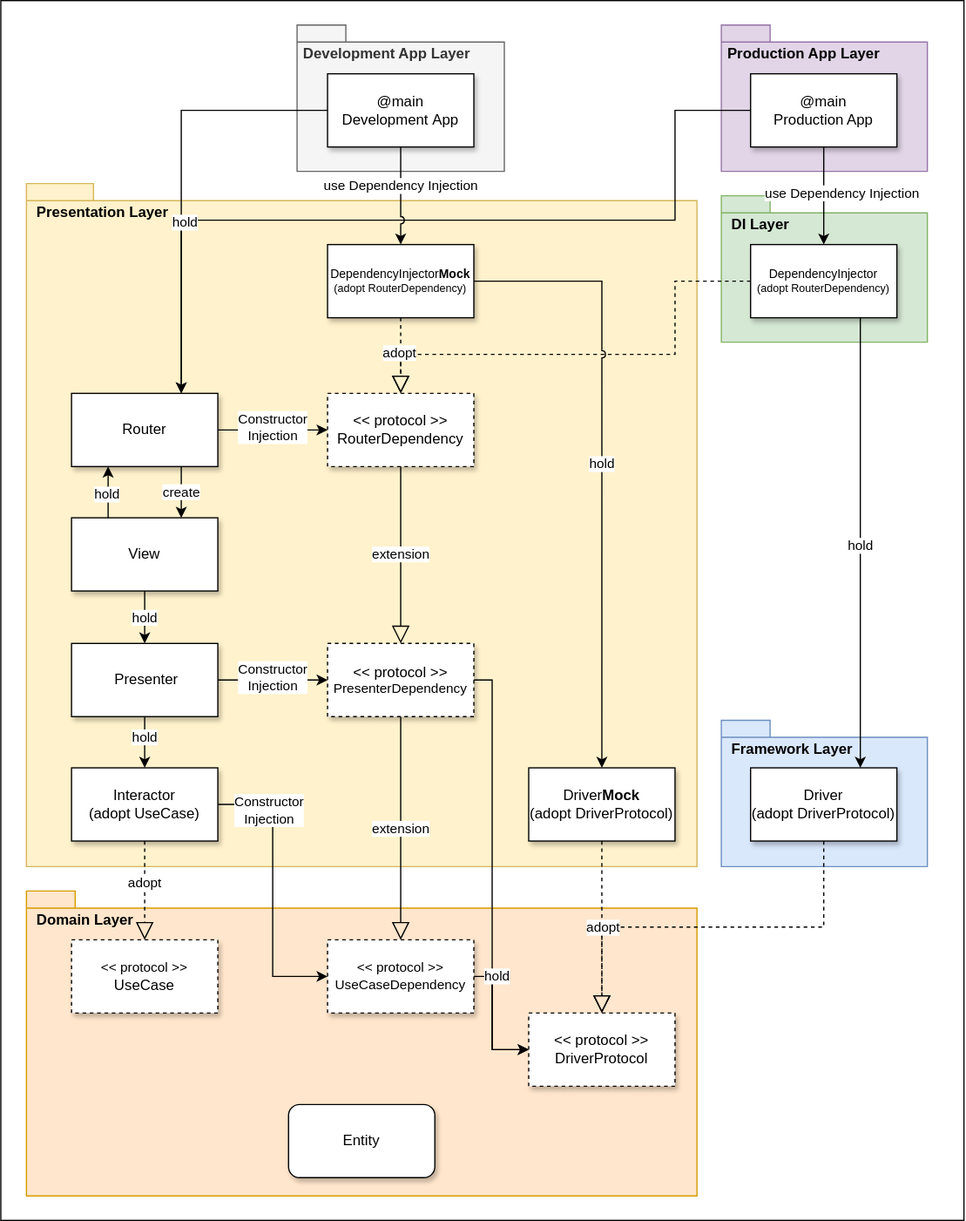
The draw.io diagram asset/drawio/architecture.drawio.svg in suguruTakahashi-1234/fia-practical-sample, before a commit. Source tidied: cells renumbered, new cells last; positions are measured from the earlier drawing's top-left corner, leaving out a move shared by most shapes.
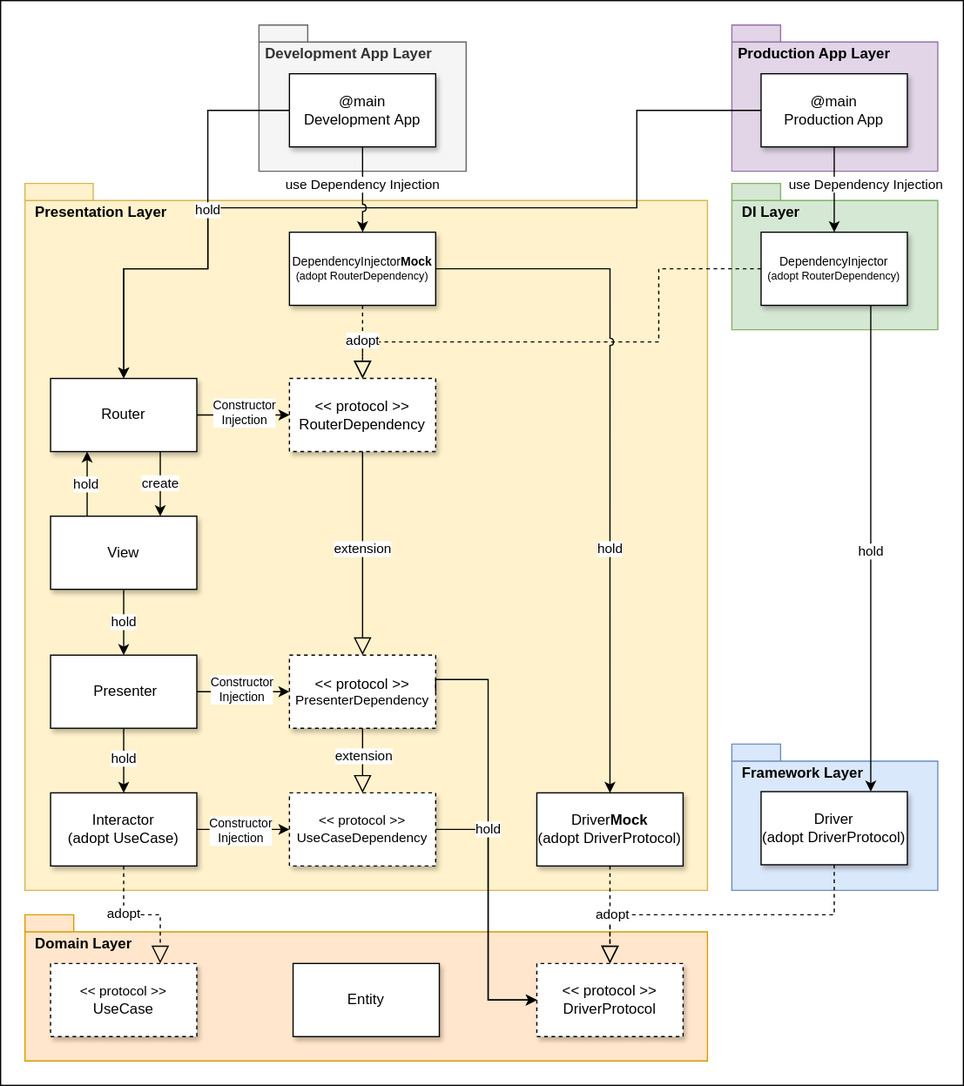
After the commit.

Commit message:
【アーキテクチャ】UMLを実装する #123

The edit, as a diff of the source:
```diff
@@ -4,18 +4,18 @@
     <mxCell id="1" parent="0" />
-    <mxCell id="2" style="rounded=0;whiteSpace=wrap;html=1;" parent="1" vertex="1">
-      <mxGeometry width="790" height="1000" as="geometry" />
+    <mxCell id="2" style="rounded=0;whiteSpace=wrap;html=1;flipH=1;" parent="1" vertex="1">
+      <mxGeometry x="31" width="790" height="890" as="geometry" />
     </mxCell>
     <mxCell id="3" value="&amp;nbsp; DI Layer" style="shape=folder;fontStyle=1;spacingTop=10;tabWidth=40;tabHeight=14;tabPosition=left;html=1;whiteSpace=wrap;align=left;horizontal=1;verticalAlign=top;fillColor=#d5e8d4;strokeColor=#82b366;" parent="1" vertex="1">
-      <mxGeometry x="591" y="160" width="169" height="120" as="geometry" />
+      <mxGeometry x="631" y="150" width="169" height="120" as="geometry" />
     </mxCell>
     <mxCell id="4" value="&lt;span style=&quot;text-align: center;&quot;&gt;&amp;nbsp; Framework &lt;/span&gt;&lt;span style=&quot;text-align: center;&quot;&gt;Layer&lt;/span&gt;" style="shape=folder;fontStyle=1;spacingTop=10;tabWidth=40;tabHeight=14;tabPosition=left;html=1;whiteSpace=wrap;align=left;horizontal=1;verticalAlign=top;fillColor=#dae8fc;strokeColor=#6c8ebf;" parent="1" vertex="1">
-      <mxGeometry x="591" y="590" width="169" height="120" as="geometry" />
+      <mxGeometry x="631" y="610" width="169" height="120" as="geometry" />
     </mxCell>
     <mxCell id="5" value="&amp;nbsp; Domain Layer" style="shape=folder;fontStyle=1;spacingTop=10;tabWidth=40;tabHeight=14;tabPosition=left;html=1;whiteSpace=wrap;align=left;horizontal=1;verticalAlign=top;fillColor=#ffe6cc;strokeColor=#d79b00;" parent="1" vertex="1">
-      <mxGeometry x="21" y="730" width="550" height="250" as="geometry" />
+      <mxGeometry x="51" y="750" width="560" height="120" as="geometry" />
     </mxCell>
     <mxCell id="6" value="&amp;nbsp; Presentation Layer" style="shape=folder;fontStyle=1;spacingTop=10;tabWidth=40;tabHeight=14;tabPosition=left;html=1;whiteSpace=wrap;align=left;horizontal=1;verticalAlign=top;fillColor=#fff2cc;strokeColor=#d6b656;" parent="1" vertex="1">
-      <mxGeometry x="21" y="150" width="550" height="560" as="geometry" />
+      <mxGeometry x="51" y="150" width="560" height="580" as="geometry" />
     </mxCell>
-    <mxCell id="7" style="endArrow=block;dashed=1;endFill=0;endSize=12;html=1;rounded=0;exitX=0.5;exitY=1;exitDx=0;exitDy=0;" parent="1" edge="1" source="20" target="30">
+    <mxCell id="7" style="endArrow=block;dashed=1;endFill=0;endSize=12;html=1;rounded=0;exitX=0.5;exitY=1;exitDx=0;exitDy=0;entryX=0.75;entryY=0;entryDx=0;entryDy=0;edgeStyle=orthogonalEdgeStyle;" parent="1" edge="1" source="20" target="30">
       <mxGeometry relative="1" as="geometry" />
@@ -24,3 +24,3 @@
       <mxGeometry x="-0.36" y="1" relative="1" as="geometry">
-        <mxPoint x="-1" y="8" as="offset" />
+        <mxPoint x="-1" y="4" as="offset" />
       </mxGeometry>
@@ -30,34 +30,27 @@
     </mxCell>
-    <mxCell id="10" value="&lt;div&gt;Constructor&lt;br&gt;&lt;/div&gt;Injection" style="edgeLabel;html=1;align=center;verticalAlign=middle;" parent="9" vertex="1">
+    <mxCell id="10" value="&lt;div style=&quot;font-size: 10px;&quot;&gt;Constructor&lt;br style=&quot;font-size: 10px;&quot;&gt;&lt;/div&gt;Injection" style="edgeLabel;html=1;align=center;verticalAlign=middle;fontSize=10;" parent="9" vertex="1">
       <mxGeometry y="2" relative="1" as="geometry">
-        <mxPoint x="-5" y="-66" as="offset" />
+        <mxPoint x="-3" y="3" as="offset" />
       </mxGeometry>
     </mxCell>
-    <mxCell id="11" value="extension" style="endArrow=block;endSize=12;endFill=0;html=1;rounded=0;entryX=0.5;entryY=0;entryDx=0;entryDy=0;exitX=0.5;exitY=1;exitDx=0;exitDy=0;" parent="1" edge="1" source="23" target="32">
-      <mxGeometry relative="1" as="geometry" />
+    <mxCell id="11" style="endArrow=block;endSize=12;endFill=0;html=1;rounded=0;entryX=0.5;entryY=0;entryDx=0;entryDy=0;exitX=0.5;exitY=1;exitDx=0;exitDy=0;" parent="1" edge="1" source="23" target="32">
+      <mxGeometry x="0.1" y="-17" relative="1" as="geometry" />
     </mxCell>
+    <mxCell id="59" value="extension" style="edgeLabel;html=1;align=center;verticalAlign=middle;" parent="11" vertex="1">
+      <mxGeometry x="-0.17" y="1" relative="1" as="geometry" />
+    </mxCell>
     <mxCell id="12" value="&lt;font style=&quot;font-size: 10px;&quot;&gt;DependencyInjector&lt;b&gt;Mock&lt;/b&gt;&lt;/font&gt;&lt;div style=&quot;font-size: 9px;&quot;&gt;&lt;font style=&quot;font-size: 9px;&quot;&gt;(adopt&amp;nbsp;&lt;span style=&quot;background-color: initial; font-size: 9px;&quot;&gt;RouterDependency&lt;/span&gt;&lt;span style=&quot;background-color: initial; font-size: 9px;&quot;&gt;)&lt;/span&gt;&lt;/font&gt;&lt;/div&gt;" style="rounded=0;whiteSpace=wrap;html=1;shadow=1;fontSize=9;" parent="1" vertex="1">
-      <mxGeometry x="268" y="200" width="120" height="60" as="geometry" />
+      <mxGeometry x="268" y="190" width="120" height="60" as="geometry" />
     </mxCell>
     <mxCell id="13" value="Router" style="rounded=0;whiteSpace=wrap;html=1;shadow=1;" parent="1" vertex="1">
-      <mxGeometry x="58" y="322" width="120" height="60" as="geometry" />
+      <mxGeometry x="72" y="310" width="120" height="60" as="geometry" />
     </mxCell>
     <mxCell id="14" value="View" style="rounded=0;whiteSpace=wrap;html=1;shadow=1;" parent="1" vertex="1">
-      <mxGeometry x="58" y="424" width="120" height="60" as="geometry" />
+      <mxGeometry x="72" y="423" width="120" height="60" as="geometry" />
     </mxCell>
-    <mxCell id="15" value="create" style="endArrow=classic;html=1;rounded=0;entryX=0.75;entryY=0;entryDx=0;entryDy=0;exitX=0.75;exitY=1;exitDx=0;exitDy=0;edgeStyle=orthogonalEdgeStyle;" parent="1" edge="1" source="13" target="14">
-      <mxGeometry x="-0.01" relative="1" as="geometry">
-        <Array as="points">
-          <mxPoint x="148" y="410" />
-          <mxPoint x="148" y="410" />
-        </Array>
-      </mxGeometry>
+    <mxCell id="15" value="create" style="endArrow=classic;html=1;rounded=0;entryX=0.75;entryY=0;entryDx=0;entryDy=0;exitX=0.75;exitY=1;exitDx=0;exitDy=0;" parent="1" edge="1" source="13" target="14">
+      <mxGeometry x="-0.01" relative="1" as="geometry" />
     </mxCell>
-    <mxCell id="16" style="endArrow=classic;html=1;rounded=0;entryX=0.25;entryY=1;entryDx=0;entryDy=0;exitX=0.25;exitY=0;exitDx=0;exitDy=0;edgeStyle=orthogonalEdgeStyle;horizontal=0;" parent="1" edge="1" source="14" target="13">
-      <mxGeometry relative="1" as="geometry">
-        <Array as="points">
-          <mxPoint x="88" y="400" />
-          <mxPoint x="88" y="400" />
-        </Array>
-      </mxGeometry>
+    <mxCell id="16" style="endArrow=classic;html=1;rounded=0;entryX=0.25;entryY=1;entryDx=0;entryDy=0;exitX=0.25;exitY=0;exitDx=0;exitDy=0;horizontal=0;" parent="1" edge="1" source="14" target="13">
+      <mxGeometry relative="1" as="geometry" />
     </mxCell>
@@ -65,3 +58,3 @@
       <mxGeometry x="-0.01" y="-2" relative="1" as="geometry">
-        <mxPoint x="-3" y="1" as="offset" />
+        <mxPoint x="-3" as="offset" />
       </mxGeometry>
@@ -69,3 +62,3 @@
     <mxCell id="18" value="&amp;nbsp;Presenter" style="rounded=0;whiteSpace=wrap;html=1;shadow=1;" parent="1" vertex="1">
-      <mxGeometry x="58" y="527" width="120" height="60" as="geometry" />
+      <mxGeometry x="72" y="537" width="120" height="60" as="geometry" />
     </mxCell>
@@ -74,4 +67,4 @@
     </mxCell>
-    <mxCell id="20" value="Interactor&lt;div&gt;(adopt UseCase)&lt;br&gt;&lt;/div&gt;" style="rounded=0;whiteSpace=wrap;html=1;shadow=1;" parent="1" vertex="1">
-      <mxGeometry x="58" y="629" width="120" height="60" as="geometry" />
+    <mxCell id="20" value="Interactor&lt;div&gt;(adopt UseCase)&lt;br&gt;&lt;/div&gt;" style="rounded=0;whiteSpace=wrap;html=1;shadow=1;flipH=1;" parent="1" vertex="1">
+      <mxGeometry x="72" y="650" width="120" height="60" as="geometry" />
     </mxCell>
@@ -81,6 +74,8 @@
     <mxCell id="22" value="hold" style="edgeLabel;html=1;align=center;verticalAlign=middle;" parent="21" vertex="1">
-      <mxGeometry x="-0.21" relative="1" as="geometry" />
+      <mxGeometry x="-0.21" relative="1" as="geometry">
+        <mxPoint y="4" as="offset" />
+      </mxGeometry>
     </mxCell>
     <mxCell id="23" value="&lt;div&gt;&lt;div style=&quot;font-size: 12px;&quot;&gt;&amp;lt;&amp;lt; protocol &amp;gt;&amp;gt;&lt;/div&gt;&lt;/div&gt;PresenterDependency" style="rounded=0;whiteSpace=wrap;html=1;dashed=1;shadow=1;fontSize=11;" parent="1" vertex="1">
-      <mxGeometry x="268" y="527" width="120" height="60" as="geometry" />
+      <mxGeometry x="268" y="537" width="120" height="60" as="geometry" />
     </mxCell>
@@ -89,7 +84,9 @@
     </mxCell>
-    <mxCell id="25" value="&lt;div&gt;Constructor&lt;br&gt;&lt;/div&gt;Injection" style="edgeLabel;html=1;align=center;verticalAlign=middle;" parent="24" vertex="1">
-      <mxGeometry y="2" relative="1" as="geometry" />
+    <mxCell id="25" value="&lt;div style=&quot;font-size: 10px;&quot;&gt;Constructor&lt;br style=&quot;font-size: 10px;&quot;&gt;&lt;/div&gt;Injection" style="edgeLabel;html=1;align=center;verticalAlign=middle;fontSize=10;" parent="24" vertex="1">
+      <mxGeometry y="2" relative="1" as="geometry">
+        <mxPoint x="-2" as="offset" />
+      </mxGeometry>
     </mxCell>
     <mxCell id="26" value="&lt;div&gt;&lt;div&gt;&amp;lt;&amp;lt; protocol &amp;gt;&amp;gt;&lt;/div&gt;&lt;/div&gt;RouterDependency" style="rounded=0;whiteSpace=wrap;html=1;dashed=1;shadow=1;" parent="1" vertex="1">
-      <mxGeometry x="268" y="322" width="120" height="60" as="geometry" />
+      <mxGeometry x="268" y="310" width="120" height="60" as="geometry" />
     </mxCell>
@@ -98,3 +95,3 @@
     </mxCell>
-    <mxCell id="28" value="&lt;div&gt;Constructor&lt;br&gt;&lt;/div&gt;Injection" style="edgeLabel;html=1;align=center;verticalAlign=middle;" parent="27" vertex="1">
+    <mxCell id="28" value="&lt;div style=&quot;font-size: 10px;&quot;&gt;Constructor&lt;br style=&quot;font-size: 10px;&quot;&gt;&lt;/div&gt;Injection" style="edgeLabel;html=1;align=center;verticalAlign=middle;fontSize=10;" parent="27" vertex="1">
       <mxGeometry y="2" relative="1" as="geometry" />
@@ -102,21 +99,21 @@
     <mxCell id="29" value="extension" style="endArrow=block;endSize=12;endFill=0;html=1;rounded=0;entryX=0.5;entryY=0;entryDx=0;entryDy=0;" parent="1" edge="1" source="26" target="23">
-      <mxGeometry relative="1" as="geometry" />
+      <mxGeometry x="-0.04" relative="1" as="geometry" />
     </mxCell>
-    <mxCell id="30" value="&lt;div&gt;&lt;span style=&quot;font-size: 11px;&quot;&gt;&amp;lt;&amp;lt; protocol &amp;gt;&amp;gt;&lt;/span&gt;&lt;br&gt;&lt;/div&gt;UseCase" style="rounded=0;whiteSpace=wrap;html=1;dashed=1;shadow=1;" parent="1" vertex="1">
-      <mxGeometry x="58" y="770" width="120" height="60" as="geometry" />
+    <mxCell id="30" value="&lt;div&gt;&lt;span style=&quot;font-size: 11px;&quot;&gt;&amp;lt;&amp;lt; protocol &amp;gt;&amp;gt;&lt;/span&gt;&lt;br&gt;&lt;/div&gt;UseCase" style="rounded=0;whiteSpace=wrap;html=1;dashed=1;shadow=1;flipH=1;" parent="1" vertex="1">
+      <mxGeometry x="72" y="790" width="120" height="60" as="geometry" />
     </mxCell>
-    <mxCell id="31" value="Entity" style="rounded=1;whiteSpace=wrap;html=1;shadow=1;" parent="1" vertex="1">
-      <mxGeometry x="236" y="905" width="120" height="60" as="geometry" />
+    <mxCell id="31" value="Entity" style="rounded=0;whiteSpace=wrap;html=1;shadow=1;flipH=1;" parent="1" vertex="1">
+      <mxGeometry x="271" y="790" width="120" height="60" as="geometry" />
     </mxCell>
-    <mxCell id="32" value="&lt;div style=&quot;font-size: 11px;&quot;&gt;&lt;div style=&quot;font-size: 11px;&quot;&gt;&amp;lt;&amp;lt; protocol &amp;gt;&amp;gt;&lt;/div&gt;&lt;/div&gt;UseCaseDependency" style="rounded=0;whiteSpace=wrap;html=1;dashed=1;shadow=1;fontSize=11;" parent="1" vertex="1">
-      <mxGeometry x="268" y="770" width="120" height="60" as="geometry" />
+    <mxCell id="32" value="&lt;div style=&quot;font-size: 11px;&quot;&gt;&lt;div style=&quot;font-size: 11px;&quot;&gt;&amp;lt;&amp;lt; protocol &amp;gt;&amp;gt;&lt;/div&gt;&lt;/div&gt;UseCaseDependency" style="rounded=0;whiteSpace=wrap;html=1;dashed=1;shadow=1;fontSize=11;flipH=0;" parent="1" vertex="1">
+      <mxGeometry x="268" y="650" width="120" height="60" as="geometry" />
     </mxCell>
-    <mxCell id="33" value="&lt;div&gt;&amp;lt;&amp;lt; protocol &amp;gt;&amp;gt;&lt;br&gt;&lt;/div&gt;DriverProtocol" style="rounded=0;whiteSpace=wrap;html=1;dashed=1;shadow=1;" parent="1" vertex="1">
-      <mxGeometry x="433" y="830" width="120" height="60" as="geometry" />
+    <mxCell id="33" value="&lt;div&gt;&amp;lt;&amp;lt; protocol &amp;gt;&amp;gt;&lt;br&gt;&lt;/div&gt;DriverProtocol" style="rounded=0;whiteSpace=wrap;html=1;dashed=1;shadow=1;flipH=1;" parent="1" vertex="1">
+      <mxGeometry x="471" y="790" width="120" height="60" as="geometry" />
     </mxCell>
-    <mxCell id="34" value="&lt;font style=&quot;font-size: 12px;&quot;&gt;Driver&lt;/font&gt;&lt;div style=&quot;&quot;&gt;&lt;font style=&quot;font-size: 12px;&quot;&gt;(adopt DriverProtocol)&lt;/font&gt;&lt;br&gt;&lt;/div&gt;" style="rounded=0;whiteSpace=wrap;html=1;shadow=1;" parent="1" vertex="1">
-      <mxGeometry x="615" y="629" width="120" height="60" as="geometry" />
+    <mxCell id="34" value="&lt;font style=&quot;font-size: 12px;&quot;&gt;Driver&lt;/font&gt;&lt;div style=&quot;&quot;&gt;&lt;font style=&quot;font-size: 12px;&quot;&gt;(adopt DriverProtocol)&lt;/font&gt;&lt;br&gt;&lt;/div&gt;" style="rounded=0;whiteSpace=wrap;html=1;shadow=1;flipH=0;" parent="1" vertex="1">
+      <mxGeometry x="655" y="649" width="120" height="60" as="geometry" />
     </mxCell>
     <mxCell id="35" value="&lt;font style=&quot;font-size: 10px;&quot;&gt;DependencyInjector&lt;/font&gt;&lt;div style=&quot;font-size: 9px;&quot;&gt;&lt;font style=&quot;font-size: 9px;&quot;&gt;(adopt&amp;nbsp;&lt;span style=&quot;background-color: initial; font-size: 9px;&quot;&gt;RouterDependency&lt;/span&gt;&lt;span style=&quot;background-color: initial; font-size: 9px;&quot;&gt;)&lt;/span&gt;&lt;/font&gt;&lt;/div&gt;" style="rounded=0;whiteSpace=wrap;html=1;shadow=1;fontSize=9;" parent="1" vertex="1">
-      <mxGeometry x="615" y="200" width="120" height="60" as="geometry" />
+      <mxGeometry x="655" y="190" width="120" height="60" as="geometry" />
     </mxCell>
@@ -125,5 +122,5 @@
         <Array as="points">
-          <mxPoint x="553" y="230" />
-          <mxPoint x="553" y="290" />
-          <mxPoint x="328" y="290" />
+          <mxPoint x="571" y="220" />
+          <mxPoint x="571" y="280" />
+          <mxPoint x="328" y="280" />
         </Array>
@@ -136,3 +133,3 @@
       <mxGeometry x="-0.36" y="1" relative="1" as="geometry">
-        <mxPoint x="-2" y="9" as="offset" />
+        <mxPoint x="-1" y="10" as="offset" />
       </mxGeometry>
@@ -148,4 +145,4 @@
         <Array as="points">
-          <mxPoint x="403" y="800" />
-          <mxPoint x="403" y="860" />
+          <mxPoint x="431" y="680" />
+          <mxPoint x="431" y="820" />
         </Array>
@@ -156,4 +153,5 @@
         <Array as="points">
-          <mxPoint x="403" y="557" />
-          <mxPoint x="403" y="860" />
+          <mxPoint x="388" y="557" />
+          <mxPoint x="431" y="557" />
+          <mxPoint x="431" y="820" />
         </Array>
@@ -163,3 +161,3 @@
       <mxGeometry x="0.27" y="1" relative="1" as="geometry">
-        <mxPoint x="3" y="37" as="offset" />
+        <mxPoint x="-1" y="-50" as="offset" />
       </mxGeometry>
@@ -170,9 +168,15 @@
     <mxCell id="45" value="&amp;nbsp;Production App Layer" style="shape=folder;fontStyle=1;spacingTop=10;tabWidth=40;tabHeight=14;tabPosition=left;html=1;whiteSpace=wrap;align=left;horizontal=1;verticalAlign=top;fillColor=#e1d5e7;strokeColor=#9673a6;" parent="1" vertex="1">
-      <mxGeometry x="591" y="20" width="169" height="120" as="geometry" />
+      <mxGeometry x="631" y="20" width="169" height="120" as="geometry" />
     </mxCell>
     <mxCell id="46" value="@main&lt;div&gt;Production App&lt;/div&gt;" style="rounded=0;whiteSpace=wrap;html=1;shadow=1;" parent="1" vertex="1">
-      <mxGeometry x="615" y="60" width="120" height="60" as="geometry" />
+      <mxGeometry x="655" y="60" width="120" height="60" as="geometry" />
     </mxCell>
-    <mxCell id="47" style="endArrow=classic;html=1;rounded=0;exitX=0;exitY=0.5;exitDx=0;exitDy=0;entryX=0.75;entryY=0;entryDx=0;entryDy=0;edgeStyle=orthogonalEdgeStyle;" parent="1" edge="1" source="44" target="13">
-      <mxGeometry x="0.01" relative="1" as="geometry" />
+    <mxCell id="47" style="endArrow=classic;html=1;rounded=0;exitX=0;exitY=0.5;exitDx=0;exitDy=0;entryX=0.5;entryY=0;entryDx=0;entryDy=0;edgeStyle=orthogonalEdgeStyle;" parent="1" edge="1" source="44" target="13">
+      <mxGeometry x="0.01" relative="1" as="geometry">
+        <Array as="points">
+          <mxPoint x="201" y="90" />
+          <mxPoint x="201" y="220" />
+          <mxPoint x="132" y="220" />
+        </Array>
+      </mxGeometry>
     </mxCell>
@@ -181,4 +185,4 @@
         <Array as="points">
-          <mxPoint x="647" y="160" />
-          <mxPoint x="647" y="160" />
+          <mxPoint x="715" y="150" />
+          <mxPoint x="715" y="150" />
         </Array>
@@ -188,7 +192,7 @@
       <mxGeometry x="-0.1" relative="1" as="geometry">
-        <mxPoint x="36" y="-2" as="offset" />
+        <mxPoint x="26" y="-1" as="offset" />
       </mxGeometry>
     </mxCell>
-    <mxCell id="50" value="&lt;font style=&quot;font-size: 12px;&quot;&gt;Driver&lt;b&gt;Mock&lt;/b&gt;&lt;/font&gt;&lt;div style=&quot;&quot;&gt;&lt;font style=&quot;font-size: 12px;&quot;&gt;(adopt DriverProtocol)&lt;/font&gt;&lt;br&gt;&lt;/div&gt;" style="rounded=0;whiteSpace=wrap;html=1;shadow=1;" parent="1" vertex="1">
-      <mxGeometry x="433" y="629" width="120" height="60" as="geometry" />
+    <mxCell id="50" value="&lt;font style=&quot;font-size: 12px;&quot;&gt;Driver&lt;b&gt;Mock&lt;/b&gt;&lt;/font&gt;&lt;div style=&quot;&quot;&gt;&lt;font style=&quot;font-size: 12px;&quot;&gt;(adopt DriverProtocol)&lt;/font&gt;&lt;br&gt;&lt;/div&gt;" style="rounded=0;whiteSpace=wrap;html=1;shadow=1;flipH=0;" parent="1" vertex="1">
+      <mxGeometry x="471" y="650" width="120" height="60" as="geometry" />
     </mxCell>
@@ -198,3 +202,8 @@
     <mxCell id="52" style="endArrow=block;dashed=1;endFill=0;endSize=12;html=1;rounded=0;exitX=0.5;exitY=1;exitDx=0;exitDy=0;entryX=0.5;entryY=0;entryDx=0;entryDy=0;edgeStyle=orthogonalEdgeStyle;" parent="1" edge="1" source="34" target="33">
-      <mxGeometry relative="1" as="geometry" />
+      <mxGeometry relative="1" as="geometry">
+        <Array as="points">
+          <mxPoint x="675" y="750" />
+          <mxPoint x="493" y="750" />
+        </Array>
+      </mxGeometry>
     </mxCell>
@@ -202,6 +211,6 @@
       <mxGeometry x="-0.36" y="1" relative="1" as="geometry">
-        <mxPoint x="-149" y="-1" as="offset" />
+        <mxPoint x="-139" y="-1" as="offset" />
       </mxGeometry>
     </mxCell>
-    <mxCell id="54" style="endArrow=classic;html=1;rounded=0;exitX=0;exitY=0.5;exitDx=0;exitDy=0;entryX=0.75;entryY=0;entryDx=0;entryDy=0;edgeStyle=orthogonalEdgeStyle;jumpStyle=arc;" parent="1" edge="1" source="46" target="13">
+    <mxCell id="54" style="endArrow=classic;html=1;rounded=0;exitX=0;exitY=0.5;exitDx=0;exitDy=0;edgeStyle=orthogonalEdgeStyle;jumpStyle=arc;entryX=0.5;entryY=0;entryDx=0;entryDy=0;" parent="1" edge="1" source="46" target="13">
       <mxGeometry x="0.01" relative="1" as="geometry">
@@ -209,4 +218,6 @@
           <mxPoint x="553" y="90" />
-          <mxPoint x="553" y="180" />
-          <mxPoint x="148" y="180" />
+          <mxPoint x="553" y="170" />
+          <mxPoint x="201" y="170" />
+          <mxPoint x="201" y="220" />
+          <mxPoint x="132" y="220" />
         </Array>
@@ -216,3 +227,3 @@
       <mxGeometry x="0.39" y="-1" relative="1" as="geometry">
-        <mxPoint x="-70" y="3" as="offset" />
+        <mxPoint x="-19" y="3" as="offset" />
       </mxGeometry>
@@ -220,5 +231,5 @@
     <mxCell id="56" value="hold" style="endArrow=classic;html=1;rounded=0;exitX=1;exitY=0.5;exitDx=0;exitDy=0;entryX=0.5;entryY=0;entryDx=0;entryDy=0;edgeStyle=orthogonalEdgeStyle;jumpStyle=arc;" parent="1" edge="1" source="12" target="50">
-      <mxGeometry x="0.01" relative="1" as="geometry">
+      <mxGeometry x="0.3" relative="1" as="geometry">
         <Array as="points">
-          <mxPoint x="493" y="230" />
+          <mxPoint x="531" y="220" />
         </Array>
@@ -236,3 +247,3 @@
       <mxGeometry x="-0.1" relative="1" as="geometry">
-        <mxPoint y="-4" as="offset" />
+        <mxPoint y="-1" as="offset" />
       </mxGeometry>
```
